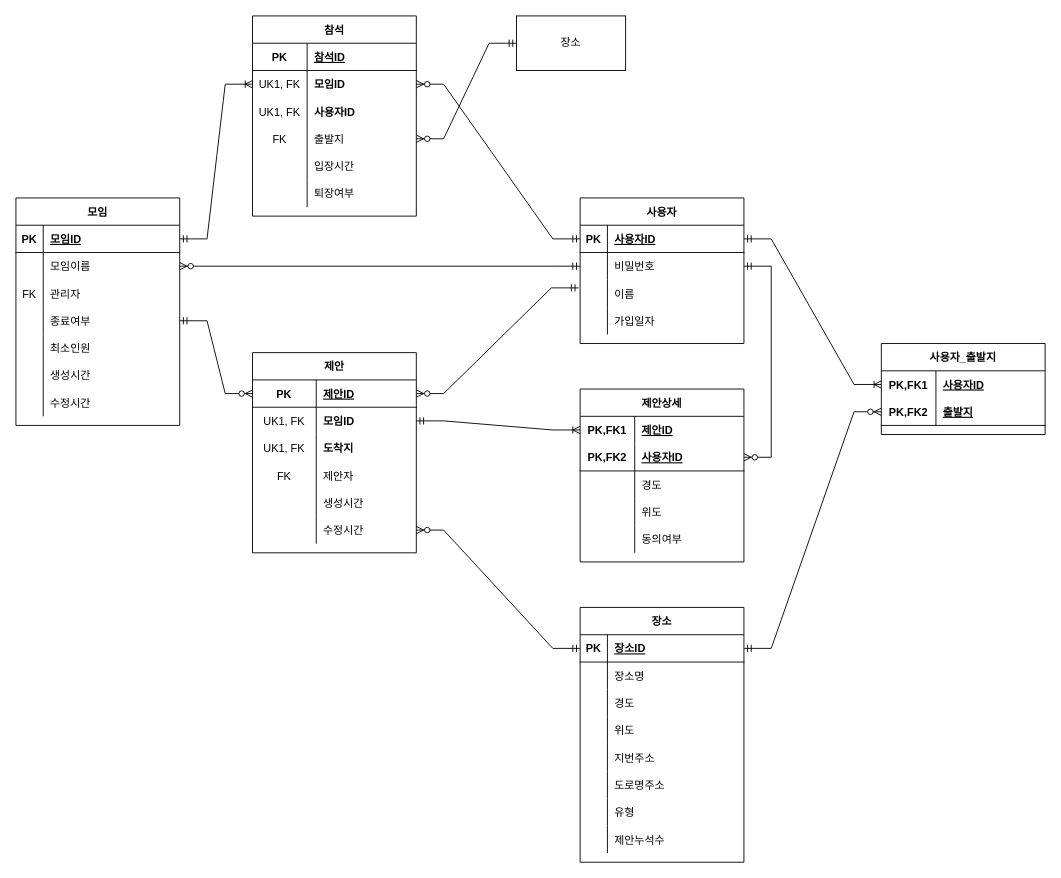
Earlier version of the draw.io diagram documents/ER-DIAGRAM.drawio (jsjg73/LMUN_Ver2.1). Source tidied: cells renumbered, new cells numbered last; positions are measured from the earlier drawing's top-left corner, leaving out a move shared by most shapes. Both pictures are drawn from the tidied source at 91%, with x=0, y=0 at pixel (15, 15).
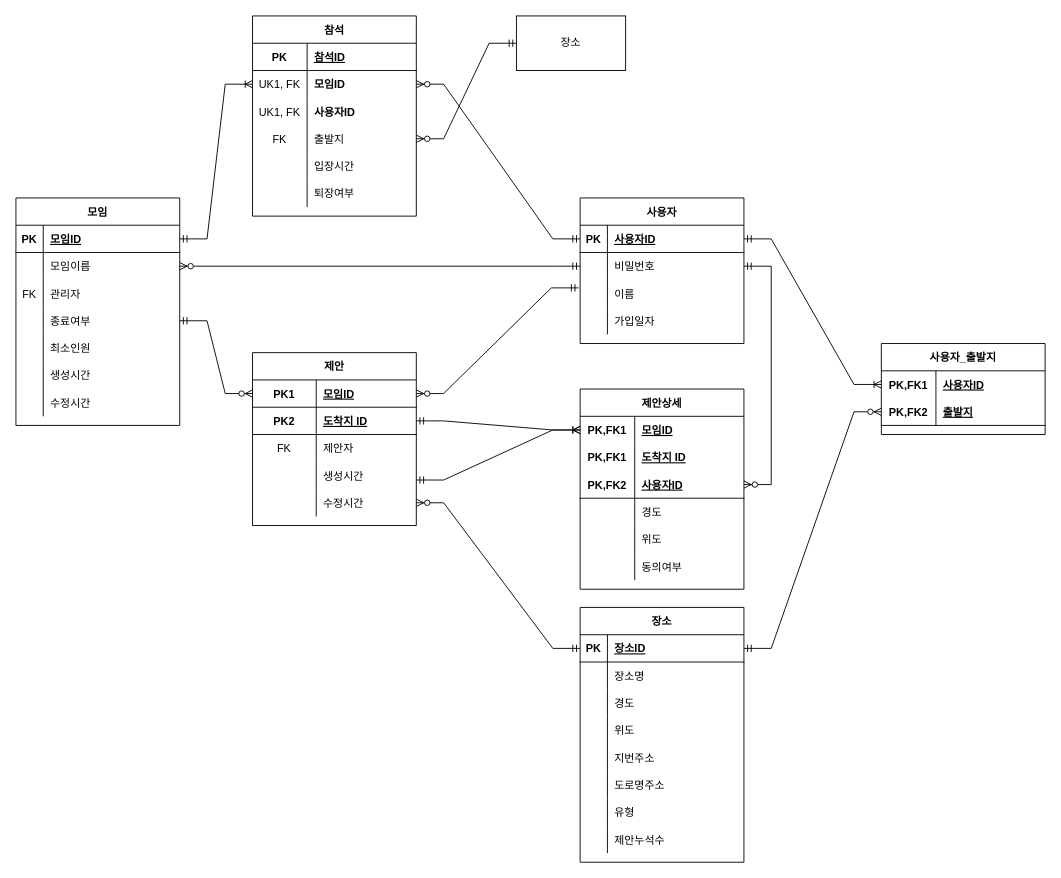
The same diagram, later.

Commit message (it also covers changes not shown here):
수정: er다이어그램 수정

Unchanged cells that the change refers to:
```xml
<mxCell id="94" style="shape=partialRectangle;fillColor=none;top=0;left=0;bottom=1;right=0;points=[[0,0.5],[1,0.5]];portConstraint=eastwest;" parent="93" vertex="1">
  <mxGeometry y="30" width="180" height="30" as="geometry" />
</mxCell>
<mxCell id="116" style="shape=partialRectangle;fillColor=none;top=0;left=0;bottom=0;right=0;points=[[0,0.5],[1,0.5]];portConstraint=eastwest;" parent="115" vertex="1">
  <mxGeometry y="30" width="180" height="30" as="geometry" />
</mxCell>
```

Diff of the diagram source:
```diff
@@
     <mxCell id="93" value="제안" style="shape=table;startSize=30;childLayout=tableLayout;rowLines=0;fontStyle=1;align=center;" parent="1" vertex="1">
-      <mxGeometry x="260" y="370" width="180" height="220" as="geometry" />
+      <mxGeometry x="260" y="370" width="180" height="190" as="geometry" />
     </mxCell>
@@
-    <mxCell id="95" value="PK" style="shape=partialRectangle;fillColor=none;top=0;left=0;bottom=0;right=0;fontStyle=1;overflow=hidden;" parent="94" vertex="1">
+    <mxCell id="95" value="PK1" style="shape=partialRectangle;fillColor=none;top=0;left=0;bottom=0;right=0;fontStyle=1;overflow=hidden;" parent="94" vertex="1">
       <mxGeometry width="70" height="30" as="geometry" />
     </mxCell>
-    <mxCell id="96" value="제안ID" style="shape=partialRectangle;fillColor=none;top=0;left=0;bottom=0;right=0;align=left;spacingLeft=6;fontStyle=5;overflow=hidden;" parent="94" vertex="1">
+    <mxCell id="96" value="모임ID" style="shape=partialRectangle;fillColor=none;top=0;left=0;bottom=0;right=0;align=left;spacingLeft=6;fontStyle=5;overflow=hidden;" parent="94" vertex="1">
       <mxGeometry x="70" width="110" height="30" as="geometry" />
     </mxCell>
-    <mxCell id="97" style="shape=partialRectangle;fillColor=none;top=0;left=0;bottom=0;right=0;points=[[0,0.5],[1,0.5]];portConstraint=eastwest;" parent="93" vertex="1">
-      <mxGeometry y="60" width="180" height="30" as="geometry" />
-    </mxCell>
-    <mxCell id="98" value="UK1, FK" style="shape=partialRectangle;fillColor=none;top=0;left=0;bottom=0;right=0;overflow=hidden;" parent="97" vertex="1">
-      <mxGeometry width="70" height="30" as="geometry" />
-    </mxCell>
-    <mxCell id="99" value="모임ID" style="shape=partialRectangle;fillColor=none;top=0;left=0;bottom=0;right=0;align=left;spacingLeft=6;overflow=hidden;fontStyle=1;" parent="97" vertex="1">
-      <mxGeometry x="70" width="110" height="30" as="geometry" />
-    </mxCell>
-    <mxCell id="100" style="shape=partialRectangle;fillColor=none;top=0;left=0;bottom=0;right=0;" parent="93" vertex="1">
-      <mxGeometry y="90" width="180" height="30" as="geometry" />
-    </mxCell>
-    <mxCell id="101" value="UK1, FK" style="shape=partialRectangle;fillColor=none;top=0;left=0;bottom=0;right=0;overflow=hidden;" parent="100" vertex="1">
-      <mxGeometry width="70" height="30" as="geometry" />
-    </mxCell>
-    <mxCell id="102" value="도착지" style="shape=partialRectangle;fillColor=none;top=0;left=0;bottom=0;right=0;align=left;spacingLeft=6;overflow=hidden;fontStyle=1;" parent="100" vertex="1">
-      <mxGeometry x="70" width="110" height="30" as="geometry" />
-    </mxCell>
+    <mxCell id="135" style="shape=partialRectangle;fillColor=none;top=0;left=0;bottom=1;right=0;points=[[0,0.5],[1,0.5]];portConstraint=eastwest;" parent="93" vertex="1">
+      <mxGeometry y="60" width="180" height="30" as="geometry" />
+    </mxCell>
+    <mxCell id="136" value="PK2" style="shape=partialRectangle;fillColor=none;top=0;left=0;bottom=0;right=0;fontStyle=1;overflow=hidden;" parent="135" vertex="1">
+      <mxGeometry width="70" height="30" as="geometry" />
+    </mxCell>
+    <mxCell id="137" value="도착지 ID" style="shape=partialRectangle;fillColor=none;top=0;left=0;bottom=0;right=0;align=left;spacingLeft=6;fontStyle=5;overflow=hidden;" parent="135" vertex="1">
+      <mxGeometry x="70" width="110" height="30" as="geometry" />
+    </mxCell>
     <mxCell id="103" style="shape=partialRectangle;fillColor=none;top=0;left=0;bottom=0;right=0;" parent="93" vertex="1">
-      <mxGeometry y="120" width="180" height="30" as="geometry" />
+      <mxGeometry y="90" width="180" height="30" as="geometry" />
     </mxCell>
@@
     <mxCell id="106" style="shape=partialRectangle;fillColor=none;top=0;left=0;bottom=0;right=0;" parent="93" vertex="1">
-      <mxGeometry y="150" width="180" height="30" as="geometry" />
+      <mxGeometry y="120" width="180" height="30" as="geometry" />
     </mxCell>
@@
     <mxCell id="109" style="shape=partialRectangle;fillColor=none;top=0;left=0;bottom=0;right=0;points=[[0,0.5],[1,0.5]];portConstraint=eastwest;" parent="93" vertex="1">
-      <mxGeometry y="180" width="180" height="30" as="geometry" />
+      <mxGeometry y="150" width="180" height="30" as="geometry" />
     </mxCell>
@@
     <mxCell id="115" value="제안상세" style="shape=table;startSize=30;childLayout=tableLayout;rowLines=0;fontStyle=1;align=center;" parent="1" vertex="1">
-      <mxGeometry x="620" y="410" width="180" height="190" as="geometry" />
+      <mxGeometry x="620" y="410" width="180" height="220" as="geometry" />
     </mxCell>
@@
-    <mxCell id="118" value="제안ID" style="shape=partialRectangle;fillColor=none;top=0;left=0;bottom=0;right=0;align=left;spacingLeft=6;fontStyle=5;overflow=hidden;" parent="116" vertex="1">
+    <mxCell id="118" value="모임ID" style="shape=partialRectangle;fillColor=none;top=0;left=0;bottom=0;right=0;align=left;spacingLeft=6;fontStyle=5;overflow=hidden;" parent="116" vertex="1">
       <mxGeometry x="60" width="120" height="30" as="geometry" />
     </mxCell>
+    <mxCell id="97" style="shape=partialRectangle;fillColor=none;top=0;left=0;bottom=0;right=0;points=[[0,0.5],[1,0.5]];portConstraint=eastwest;" parent="115" vertex="1">
+      <mxGeometry y="60" width="180" height="30" as="geometry" />
+    </mxCell>
+    <mxCell id="138" value="PK,FK1" style="shape=partialRectangle;fillColor=none;top=0;left=0;bottom=0;right=0;fontStyle=1;overflow=hidden;" parent="97" vertex="1">
+      <mxGeometry width="60" height="30" as="geometry" />
+    </mxCell>
+    <mxCell id="139" value="도착지 ID" style="shape=partialRectangle;fillColor=none;top=0;left=0;bottom=0;right=0;align=left;spacingLeft=6;fontStyle=5;overflow=hidden;" parent="97" vertex="1">
+      <mxGeometry x="60" width="120" height="30" as="geometry" />
+    </mxCell>
     <mxCell id="119" style="shape=partialRectangle;fillColor=none;top=0;left=0;bottom=1;right=0;points=[[0,0.5],[1,0.5]];portConstraint=eastwest;" parent="115" vertex="1">
-      <mxGeometry y="60" width="180" height="30" as="geometry" />
+      <mxGeometry y="90" width="180" height="30" as="geometry" />
     </mxCell>
@@
     <mxCell id="122" style="shape=partialRectangle;fillColor=none;top=0;left=0;bottom=0;right=0;" parent="115" vertex="1">
-      <mxGeometry y="90" width="180" height="30" as="geometry" />
+      <mxGeometry y="120" width="180" height="30" as="geometry" />
     </mxCell>
@@
     <mxCell id="125" style="shape=partialRectangle;fillColor=none;top=0;left=0;bottom=0;right=0;" parent="115" vertex="1">
-      <mxGeometry y="120" width="180" height="30" as="geometry" />
+      <mxGeometry y="150" width="180" height="30" as="geometry" />
     </mxCell>
@@
     <mxCell id="128" style="shape=partialRectangle;fillColor=none;top=0;left=0;bottom=0;right=0;" parent="115" vertex="1">
-      <mxGeometry y="150" width="180" height="30" as="geometry" />
+      <mxGeometry y="180" width="180" height="30" as="geometry" />
     </mxCell>
@@
-    <mxCell id="131" style="edgeStyle=entityRelationEdgeStyle;fontSize=12;html=1;endArrow=ERoneToMany;startArrow=ERmandOne;rounded=0;entryX=0;entryY=0.5;entryDx=0;entryDy=0;exitX=1;exitY=0.5;exitDx=0;exitDy=0;" parent="1" edge="1" source="97" target="116">
-      <mxGeometry relative="1" as="geometry" />
+    <mxCell id="131" style="edgeStyle=entityRelationEdgeStyle;fontSize=12;html=1;endArrow=ERoneToMany;startArrow=ERmandOne;rounded=0;entryX=0;entryY=0.5;entryDx=0;entryDy=0;exitX=1;exitY=0.5;exitDx=0;exitDy=0;" parent="1" edge="1" target="116">
+      <mxGeometry relative="1" as="geometry">
+        <mxPoint x="440" y="510" as="sourcePoint" />
+      </mxGeometry>
     </mxCell>
@@
+    <mxCell id="140" style="edgeStyle=entityRelationEdgeStyle;fontSize=12;html=1;endArrow=ERoneToMany;startArrow=ERmandOne;rounded=0;exitX=1;exitY=0.5;exitDx=0;exitDy=0;entryX=0;entryY=0.5;entryDx=0;entryDy=0;" parent="1" edge="1" source="135" target="116">
+      <mxGeometry relative="1" as="geometry" />
+    </mxCell>
```
